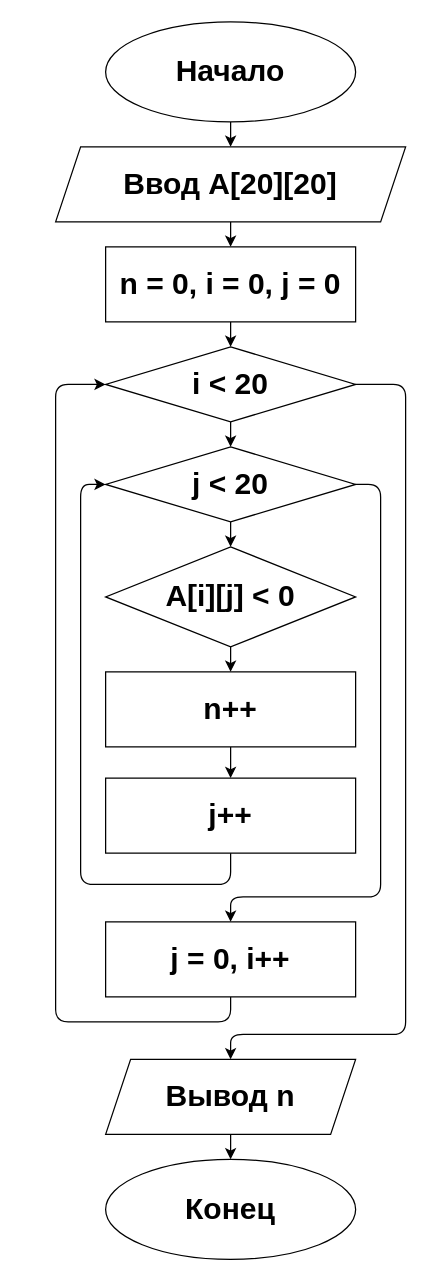
This is lab7.drawio from firebenderyt123/block-sheme, a draw.io file, before an edit. Source tidied: cells renumbered, new cells numbered last; positions are measured from the earlier drawing's top-left corner, leaving out a move shared by most shapes. Both pictures are drawn from the tidied source at 125%, with x=0, y=0 at pixel (55, 21).
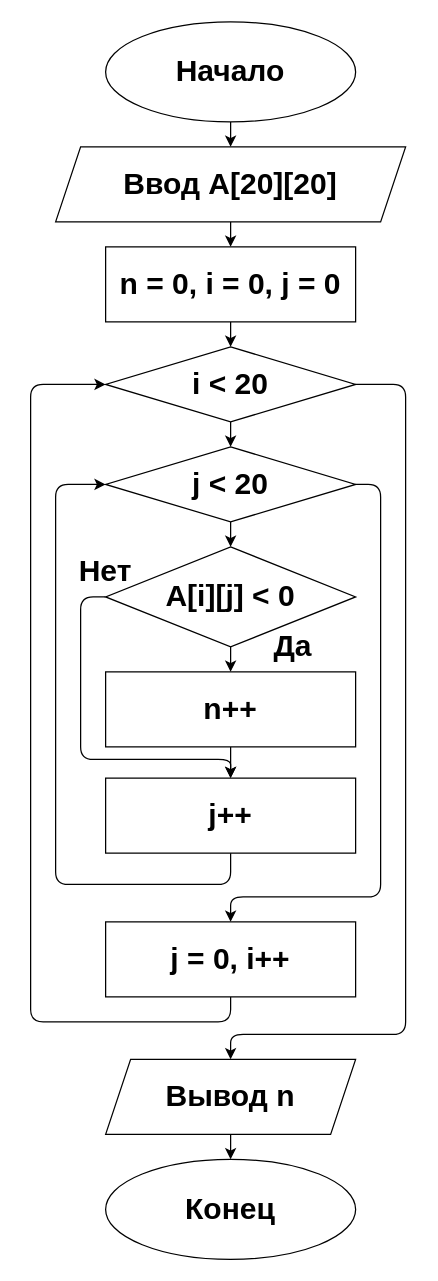
The same page after the edit.

Unchanged cells that the change refers to:
```xml
<mxCell id="8" value="&lt;h1&gt;A[i][j] &amp;lt; 0&lt;/h1&gt;" style="rhombus;whiteSpace=wrap;html=1;" parent="1" vertex="1">
  <mxGeometry x="40" y="420" width="200" height="80" as="geometry" />
</mxCell>
<mxCell id="12" value="&lt;h1&gt;j++&lt;/h1&gt;" style="rounded=0;whiteSpace=wrap;html=1;" parent="1" vertex="1">
  <mxGeometry x="40" y="605" width="200" height="60" as="geometry" />
</mxCell>
<mxCell id="14" value="&lt;h1&gt;j &amp;lt; 20&lt;/h1&gt;" style="rhombus;whiteSpace=wrap;html=1;" parent="1" vertex="1">
  <mxGeometry x="40" y="340" width="200" height="60" as="geometry" />
</mxCell>
<mxCell id="15" value="&lt;h1&gt;i &amp;lt; 20&lt;/h1&gt;" style="rhombus;whiteSpace=wrap;html=1;" parent="1" vertex="1">
  <mxGeometry x="40" y="260" width="200" height="60" as="geometry" />
</mxCell>
<mxCell id="16" value="&lt;h1&gt;j = 0, i++&lt;/h1&gt;" style="rounded=0;whiteSpace=wrap;html=1;" parent="1" vertex="1">
  <mxGeometry x="40" y="720" width="200" height="60" as="geometry" />
</mxCell>
```

Diff of the diagram source:
```diff
@@
     <mxCell id="13" style="endArrow=classic;html=1;exitX=0.5;exitY=1;exitDx=0;exitDy=0;entryX=0;entryY=0.5;entryDx=0;entryDy=0;" parent="1" edge="1" source="12" target="14">
       <mxGeometry relative="1" as="geometry">
         <Array as="points">
           <mxPoint x="140" y="690" />
-          <mxPoint x="20" y="690" />
-          <mxPoint x="20" y="370" />
+          <mxPoint y="690" />
+          <mxPoint y="370" />
         </Array>
       </mxGeometry>
     </mxCell>
@@
     <mxCell id="20" style="endArrow=classic;html=1;exitX=0.5;exitY=1;exitDx=0;exitDy=0;entryX=0;entryY=0.5;entryDx=0;entryDy=0;" parent="1" edge="1" source="16" target="15">
       <mxGeometry relative="1" as="geometry">
         <Array as="points">
           <mxPoint x="140" y="800" />
-          <mxPoint y="800" />
-          <mxPoint y="290" />
+          <mxPoint x="-20" y="800" />
+          <mxPoint x="-20" y="290" />
         </Array>
       </mxGeometry>
     </mxCell>
@@
+    <mxCell id="25" value="&lt;h1&gt;Да&lt;/h1&gt;" style="text;html=1;strokeColor=none;fillColor=none;align=center;verticalAlign=middle;whiteSpace=wrap;rounded=0;" parent="1" vertex="1">
+      <mxGeometry x="170" y="490" width="40" height="20" as="geometry" />
+    </mxCell>
+    <mxCell id="26" style="endArrow=classic;html=1;exitX=0;exitY=0.5;exitDx=0;exitDy=0;entryX=0.5;entryY=0;entryDx=0;entryDy=0;" parent="1" edge="1" source="8" target="12">
+      <mxGeometry relative="1" as="geometry">
+        <Array as="points">
+          <mxPoint x="20" y="460" />
+          <mxPoint x="20" y="590" />
+          <mxPoint x="140" y="590" />
+        </Array>
+      </mxGeometry>
+    </mxCell>
+    <mxCell id="27" value="&lt;h1&gt;Нет&lt;/h1&gt;" style="text;html=1;strokeColor=none;fillColor=none;align=center;verticalAlign=middle;whiteSpace=wrap;rounded=0;" parent="1" vertex="1">
+      <mxGeometry x="20" y="430" width="40" height="20" as="geometry" />
+    </mxCell>
```
